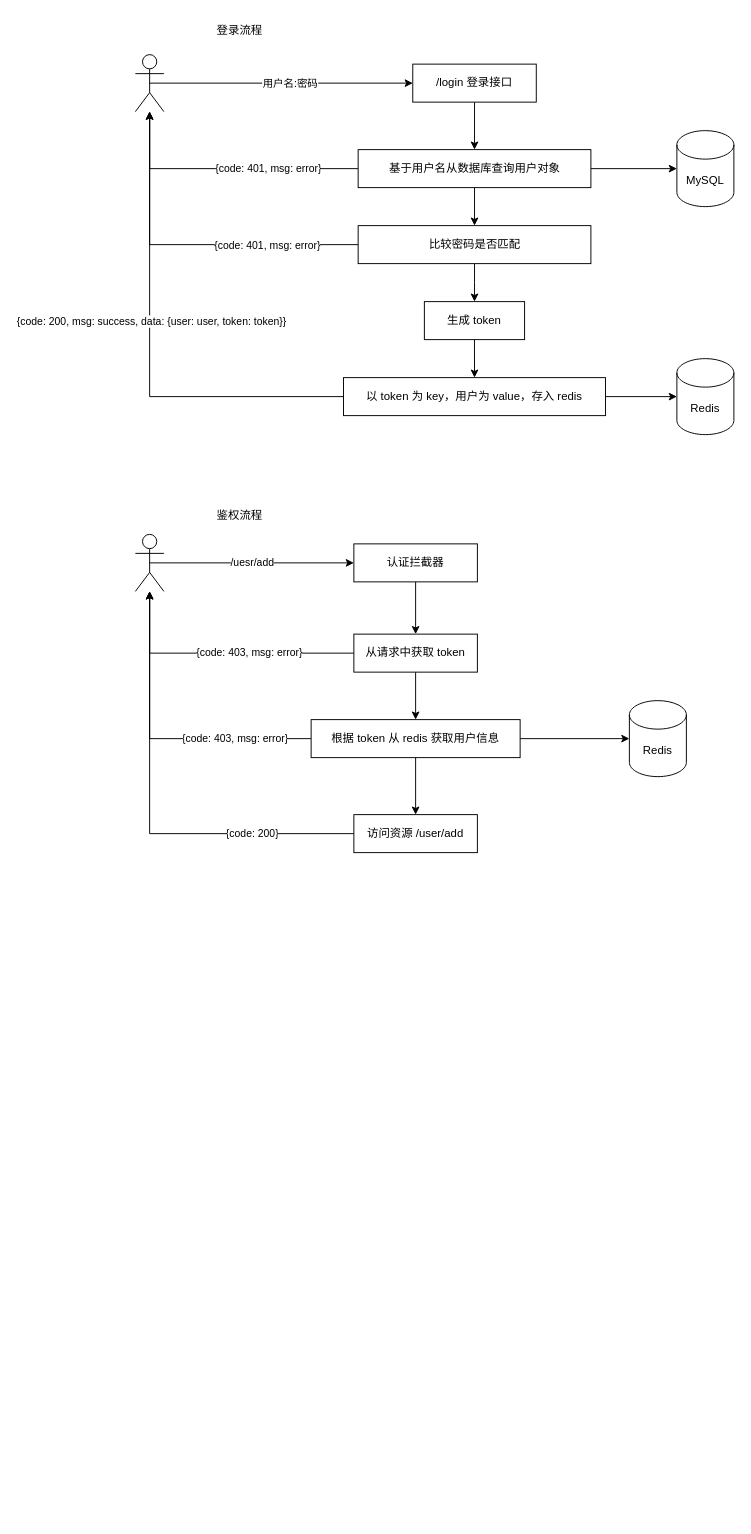
thebesteric/draw.io keeps this draw.io diagram as spring/spring-security.drawio. Above is the earlier version. Source tidied: cells renumbered, new cells numbered last; positions are measured from the earlier drawing's top-left corner, leaving out a move shared by most shapes. Both pictures are drawn from the tidied source at 95%, with x=0, y=0 at pixel (135, 16).
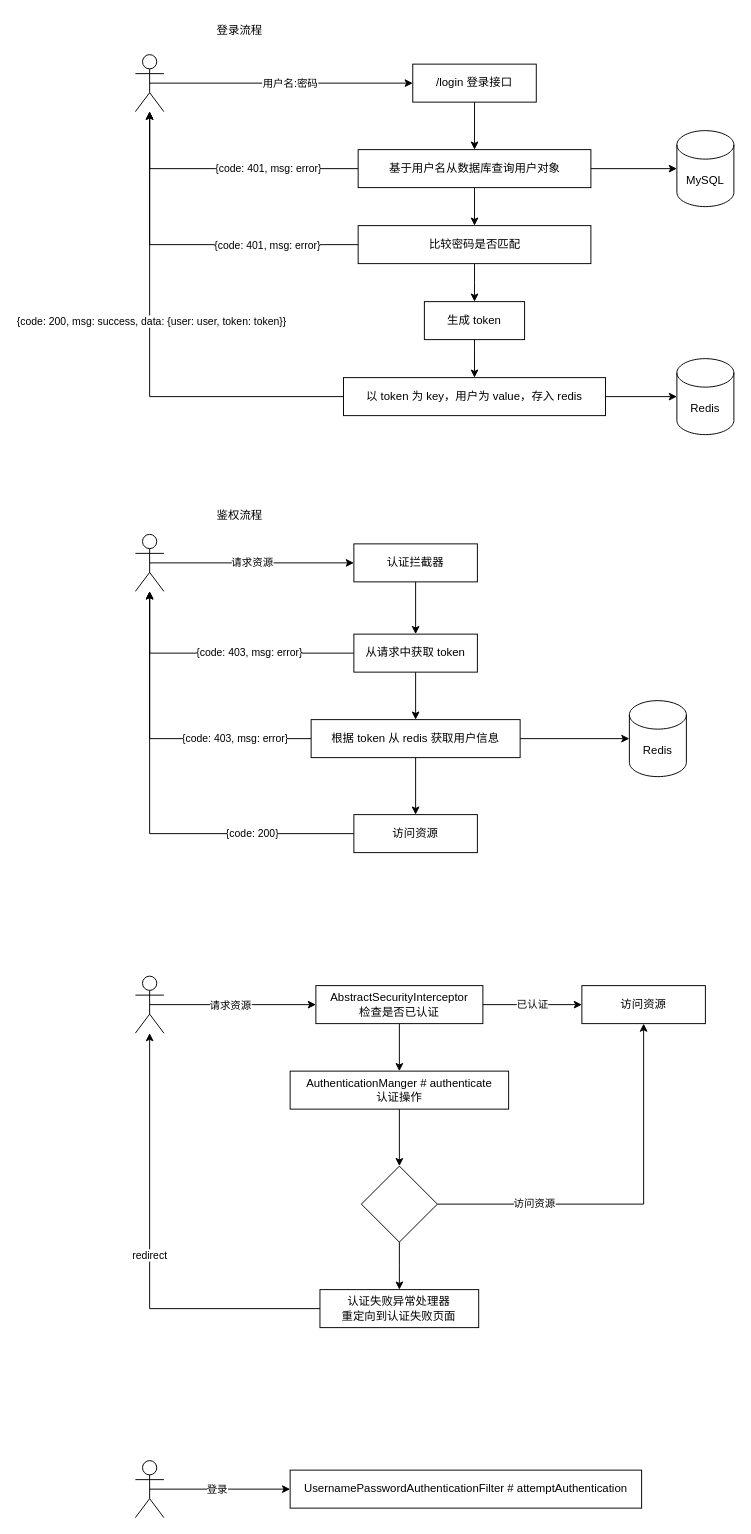
The same diagram, later.

Unchanged cells that the change refers to:
```xml
<mxCell id="24" style="shape=umlActor;verticalLabelPosition=bottom;verticalAlign=top;html=1;outlineConnect=0;" parent="1" vertex="1">
  <mxGeometry y="545" width="30" height="60" as="geometry" />
</mxCell>
<mxCell id="26" value="认证拦截器" style="rounded=0;whiteSpace=wrap;html=1;" parent="1" vertex="1">
  <mxGeometry x="230" y="555" width="130" height="40" as="geometry" />
</mxCell>
```

The edit, as a diff of the source:
```diff
@@
-    <mxCell id="23" value="/uesr/add" style="edgeStyle=orthogonalEdgeStyle;rounded=0;jettySize=auto;html=1;exitX=0.5;exitY=0.5;exitDx=0;exitDy=0;exitPerimeter=0;" parent="1" edge="1" source="24" target="26">
+    <mxCell id="23" value="请求资源" style="edgeStyle=orthogonalEdgeStyle;rounded=0;jettySize=auto;html=1;exitX=0.5;exitY=0.5;exitDx=0;exitDy=0;exitPerimeter=0;" parent="1" edge="1" source="24" target="26">
       <mxGeometry relative="1" as="geometry">
         <Array as="points">
           <mxPoint x="120" y="575" />
           <mxPoint x="120" y="575" />
         </Array>
       </mxGeometry>
     </mxCell>
@@
-    <mxCell id="39" value="访问资源 /user/add" style="rounded=0;whiteSpace=wrap;html=1;" parent="1" vertex="1">
+    <mxCell id="39" value="访问资源" style="rounded=0;whiteSpace=wrap;html=1;" parent="1" vertex="1">
       <mxGeometry x="230" y="840" width="130" height="40" as="geometry" />
     </mxCell>
@@
+    <mxCell id="42" style="edgeStyle=orthogonalEdgeStyle;rounded=0;jettySize=auto;html=1;exitX=0.5;exitY=0.5;exitDx=0;exitDy=0;exitPerimeter=0;entryX=0;entryY=0.5;entryDx=0;entryDy=0;" parent="1" edge="1" source="44" target="47">
+      <mxGeometry relative="1" as="geometry" />
+    </mxCell>
+    <mxCell id="43" value="请求资源" style="edgeLabel;html=1;align=center;verticalAlign=middle;" parent="42" vertex="1">
+      <mxGeometry x="-0.04" relative="1" as="geometry" />
+    </mxCell>
+    <mxCell id="44" style="shape=umlActor;verticalLabelPosition=bottom;verticalAlign=top;html=1;outlineConnect=0;" parent="1" vertex="1">
+      <mxGeometry y="1010" width="30" height="60" as="geometry" />
+    </mxCell>
+    <mxCell id="45" value="已认证" style="edgeStyle=orthogonalEdgeStyle;rounded=0;jettySize=auto;html=1;exitX=1;exitY=0.5;exitDx=0;exitDy=0;entryX=0;entryY=0.5;entryDx=0;entryDy=0;" parent="1" edge="1" source="47" target="48">
+      <mxGeometry relative="1" as="geometry" />
+    </mxCell>
+    <mxCell id="46" style="edgeStyle=orthogonalEdgeStyle;rounded=0;jettySize=auto;html=1;exitX=0.5;exitY=1;exitDx=0;exitDy=0;" parent="1" edge="1" source="47" target="50">
+      <mxGeometry relative="1" as="geometry" />
+    </mxCell>
+    <mxCell id="47" value="AbstractSecurityInterceptor&lt;br&gt;检查是否已认证" style="rounded=0;whiteSpace=wrap;html=1;" parent="1" vertex="1">
+      <mxGeometry x="190" y="1020" width="175.8" height="40" as="geometry" />
+    </mxCell>
+    <mxCell id="48" value="访问资源" style="rounded=0;whiteSpace=wrap;html=1;" parent="1" vertex="1">
+      <mxGeometry x="470" y="1020" width="130" height="40" as="geometry" />
+    </mxCell>
+    <mxCell id="49" style="edgeStyle=orthogonalEdgeStyle;rounded=0;jettySize=auto;html=1;" parent="1" edge="1" source="50" target="54">
+      <mxGeometry relative="1" as="geometry" />
+    </mxCell>
+    <mxCell id="50" value="AuthenticationManger #&amp;nbsp;authenticate&lt;br&gt;认证操作" style="rounded=0;whiteSpace=wrap;html=1;" parent="1" vertex="1">
+      <mxGeometry x="162.9" y="1110" width="230" height="40" as="geometry" />
+    </mxCell>
+    <mxCell id="51" style="edgeStyle=orthogonalEdgeStyle;rounded=0;jettySize=auto;html=1;exitX=0.5;exitY=1;exitDx=0;exitDy=0;" parent="1" edge="1" source="54" target="56">
+      <mxGeometry relative="1" as="geometry" />
+    </mxCell>
+    <mxCell id="52" style="edgeStyle=orthogonalEdgeStyle;rounded=0;jettySize=auto;html=1;exitX=1;exitY=0.5;exitDx=0;exitDy=0;entryX=0.5;entryY=1;entryDx=0;entryDy=0;" parent="1" edge="1" source="54" target="48">
+      <mxGeometry relative="1" as="geometry" />
+    </mxCell>
+    <mxCell id="53" value="访问资源" style="edgeLabel;html=1;align=center;verticalAlign=middle;" parent="52" vertex="1">
+      <mxGeometry x="-0.5" y="-2" relative="1" as="geometry">
+        <mxPoint y="-3" as="offset" />
+      </mxGeometry>
+    </mxCell>
+    <mxCell id="54" style="rhombus;whiteSpace=wrap;html=1;rounded=0;" parent="1" vertex="1">
+      <mxGeometry x="237.9" y="1210" width="80" height="80" as="geometry" />
+    </mxCell>
+    <mxCell id="55" value="redirect" style="edgeStyle=orthogonalEdgeStyle;rounded=0;jettySize=auto;html=1;exitX=0;exitY=0.5;exitDx=0;exitDy=0;" parent="1" edge="1" source="56" target="44">
+      <mxGeometry relative="1" as="geometry" />
+    </mxCell>
+    <mxCell id="56" value="认证失败异常处理器&lt;br&gt;重定向到认证失败页面" style="rounded=0;whiteSpace=wrap;html=1;" parent="1" vertex="1">
+      <mxGeometry x="194.3" y="1340" width="167.1" height="40" as="geometry" />
+    </mxCell>
+    <mxCell id="57" style="edgeStyle=orthogonalEdgeStyle;rounded=0;jettySize=auto;html=1;exitX=0.5;exitY=0.5;exitDx=0;exitDy=0;exitPerimeter=0;entryX=0;entryY=0.5;entryDx=0;entryDy=0;" parent="1" edge="1" source="59" target="60">
+      <mxGeometry relative="1" as="geometry" />
+    </mxCell>
+    <mxCell id="58" value="登录" style="edgeLabel;html=1;align=center;verticalAlign=middle;" parent="57" vertex="1">
+      <mxGeometry x="-0.05" relative="1" as="geometry" />
+    </mxCell>
+    <mxCell id="59" style="shape=umlActor;verticalLabelPosition=bottom;verticalAlign=top;html=1;outlineConnect=0;" parent="1" vertex="1">
+      <mxGeometry y="1520" width="30" height="60" as="geometry" />
+    </mxCell>
+    <mxCell id="60" value="UsernamePasswordAuthenticationFilter #&amp;nbsp;attemptAuthentication" style="rounded=0;whiteSpace=wrap;html=1;" parent="1" vertex="1">
+      <mxGeometry x="162.9" y="1530" width="370" height="40" as="geometry" />
+    </mxCell>
```
